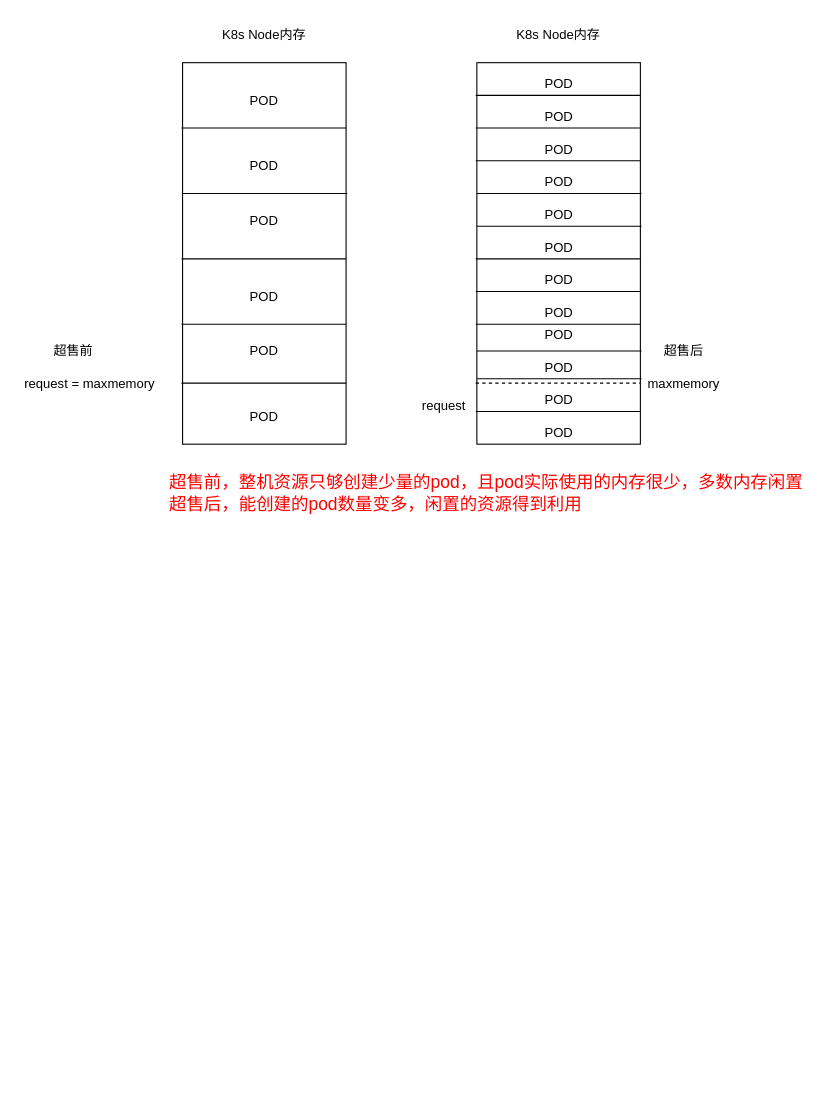
The draw.io diagram diagrams/Untitled Diagram.drawio in fengyinqiao/cloudimg, before the edit. Source tidied: cells renumbered, new cells numbered last; positions are measured from the earlier drawing's top-left corner, leaving out a move shared by most shapes. Both pictures are drawn from the tidied source at 109%, with x=0, y=0 at pixel (19, 19).
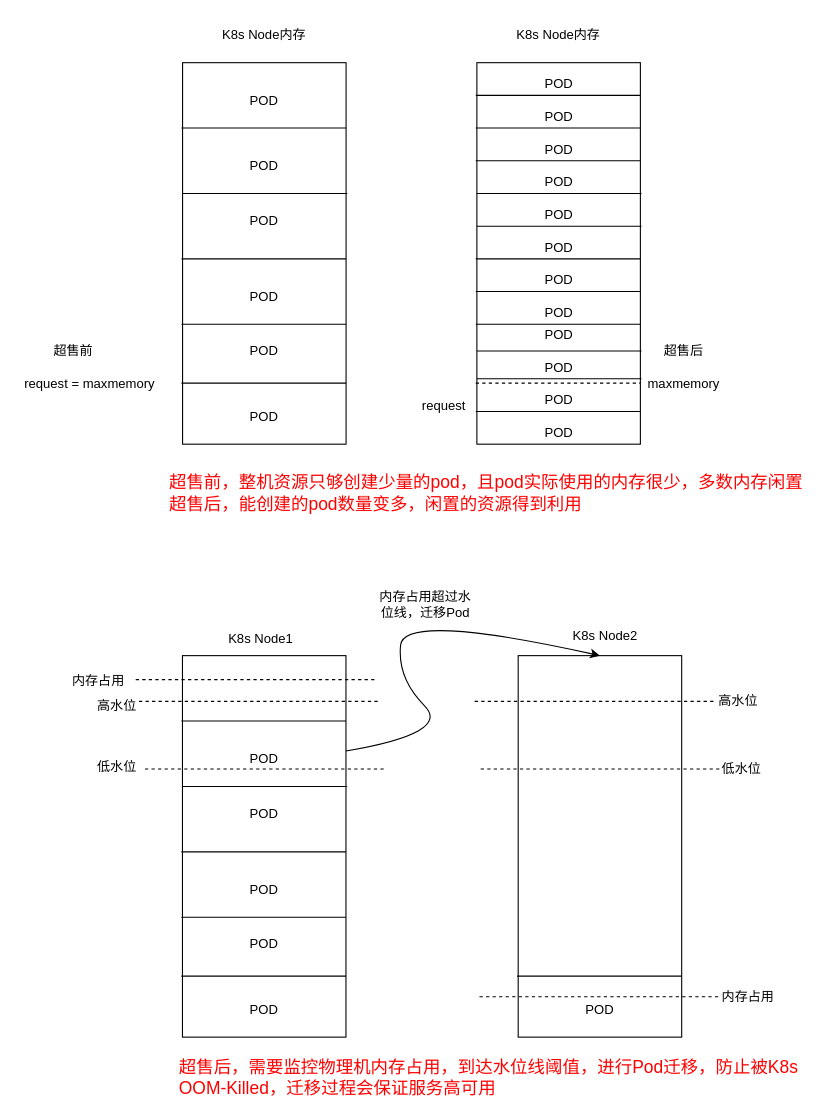
The same diagram, later.

The edit, as a diff of the source:
```diff
@@
+    <mxCell id="47" style="rounded=0;whiteSpace=wrap;html=1;" parent="1" vertex="1">
+      <mxGeometry x="149.9" y="584" width="150" height="350" as="geometry" />
+    </mxCell>
+    <mxCell id="48" style="endArrow=none;html=1;rounded=0;exitX=-0.007;exitY=0.84;exitDx=0;exitDy=0;exitPerimeter=0;" parent="1" edge="1" source="47">
+      <mxGeometry relative="1" as="geometry">
+        <mxPoint x="299.9" y="878" as="targetPoint" />
+      </mxGeometry>
+    </mxCell>
+    <mxCell id="49" style="endArrow=none;html=1;rounded=0;exitX=-0.007;exitY=0.84;exitDx=0;exitDy=0;exitPerimeter=0;" parent="1" edge="1">
+      <mxGeometry relative="1" as="geometry">
+        <mxPoint x="148.9" y="824" as="sourcePoint" />
+        <mxPoint x="299.9" y="824" as="targetPoint" />
+      </mxGeometry>
+    </mxCell>
+    <mxCell id="50" style="endArrow=none;html=1;rounded=0;exitX=-0.007;exitY=0.84;exitDx=0;exitDy=0;exitPerimeter=0;" parent="1" edge="1">
+      <mxGeometry relative="1" as="geometry">
+        <mxPoint x="148.9" y="764" as="sourcePoint" />
+        <mxPoint x="299.9" y="764" as="targetPoint" />
+      </mxGeometry>
+    </mxCell>
+    <mxCell id="51" style="endArrow=none;html=1;rounded=0;exitX=-0.007;exitY=0.84;exitDx=0;exitDy=0;exitPerimeter=0;" parent="1" edge="1">
+      <mxGeometry relative="1" as="geometry">
+        <mxPoint x="149.9" y="704" as="sourcePoint" />
+        <mxPoint x="301" y="704" as="targetPoint" />
+      </mxGeometry>
+    </mxCell>
+    <mxCell id="52" style="endArrow=none;html=1;rounded=0;exitX=-0.007;exitY=0.84;exitDx=0;exitDy=0;exitPerimeter=0;" parent="1" edge="1">
+      <mxGeometry relative="1" as="geometry">
+        <mxPoint x="148.9" y="644" as="sourcePoint" />
+        <mxPoint x="299.9" y="644" as="targetPoint" />
+      </mxGeometry>
+    </mxCell>
+    <mxCell id="53" value="POD" style="text;html=1;strokeColor=none;fillColor=none;align=center;verticalAlign=middle;whiteSpace=wrap;rounded=0;" parent="1" vertex="1">
+      <mxGeometry x="194.9" y="894" width="60" height="30" as="geometry" />
+    </mxCell>
+    <mxCell id="54" value="POD" style="text;html=1;strokeColor=none;fillColor=none;align=center;verticalAlign=middle;whiteSpace=wrap;rounded=0;" parent="1" vertex="1">
+      <mxGeometry x="194.9" y="834" width="60" height="30" as="geometry" />
+    </mxCell>
+    <mxCell id="55" value="POD" style="text;html=1;strokeColor=none;fillColor=none;align=center;verticalAlign=middle;whiteSpace=wrap;rounded=0;" parent="1" vertex="1">
+      <mxGeometry x="194.9" y="784" width="60" height="30" as="geometry" />
+    </mxCell>
+    <mxCell id="56" value="POD" style="text;html=1;strokeColor=none;fillColor=none;align=center;verticalAlign=middle;whiteSpace=wrap;rounded=0;" parent="1" vertex="1">
+      <mxGeometry x="194.9" y="714" width="60" height="30" as="geometry" />
+    </mxCell>
+    <mxCell id="57" value="POD" style="text;html=1;strokeColor=none;fillColor=none;align=center;verticalAlign=middle;whiteSpace=wrap;rounded=0;" parent="1" vertex="1">
+      <mxGeometry x="194.9" y="664" width="60" height="30" as="geometry" />
+    </mxCell>
+    <mxCell id="58" style="endArrow=none;dashed=1;html=1;rounded=0;" parent="1" edge="1">
+      <mxGeometry relative="1" as="geometry">
+        <mxPoint x="110" y="626" as="sourcePoint" />
+        <mxPoint x="331" y="626" as="targetPoint" />
+      </mxGeometry>
+    </mxCell>
+    <mxCell id="59" style="endArrow=none;dashed=1;html=1;rounded=0;" parent="1" edge="1">
+      <mxGeometry relative="1" as="geometry">
+        <mxPoint x="115.5" y="688" as="sourcePoint" />
+        <mxPoint x="336.5" y="688" as="targetPoint" />
+      </mxGeometry>
+    </mxCell>
+    <mxCell id="60" style="rounded=0;whiteSpace=wrap;html=1;" parent="1" vertex="1">
+      <mxGeometry x="457.9" y="584" width="150" height="350" as="geometry" />
+    </mxCell>
+    <mxCell id="61" style="endArrow=none;html=1;rounded=0;exitX=-0.007;exitY=0.84;exitDx=0;exitDy=0;exitPerimeter=0;" parent="1" edge="1" source="60">
+      <mxGeometry relative="1" as="geometry">
+        <mxPoint x="608" y="878" as="targetPoint" />
+      </mxGeometry>
+    </mxCell>
+    <mxCell id="62" value="POD" style="text;html=1;strokeColor=none;fillColor=none;align=center;verticalAlign=middle;whiteSpace=wrap;rounded=0;" parent="1" vertex="1">
+      <mxGeometry x="503" y="894" width="60" height="30" as="geometry" />
+    </mxCell>
+    <mxCell id="63" style="endArrow=none;dashed=1;html=1;rounded=0;" parent="1" edge="1">
+      <mxGeometry relative="1" as="geometry">
+        <mxPoint x="418" y="626" as="sourcePoint" />
+        <mxPoint x="639" y="626" as="targetPoint" />
+      </mxGeometry>
+    </mxCell>
+    <mxCell id="64" style="endArrow=none;dashed=1;html=1;rounded=0;" parent="1" edge="1">
+      <mxGeometry relative="1" as="geometry">
+        <mxPoint x="423.5" y="688" as="sourcePoint" />
+        <mxPoint x="644.5" y="688" as="targetPoint" />
+      </mxGeometry>
+    </mxCell>
+    <mxCell id="65" value="内存占用超过水位线，迁移Pod" style="text;html=1;strokeColor=none;fillColor=none;align=center;verticalAlign=middle;whiteSpace=wrap;rounded=0;" parent="1" vertex="1">
+      <mxGeometry x="329" y="515" width="88" height="44" as="geometry" />
+    </mxCell>
+    <mxCell id="66" value="高水位" style="text;html=1;strokeColor=none;fillColor=none;align=center;verticalAlign=middle;whiteSpace=wrap;rounded=0;" parent="1" vertex="1">
+      <mxGeometry x="60" y="615" width="60" height="30" as="geometry" />
+    </mxCell>
+    <mxCell id="67" value="低水位" style="text;html=1;strokeColor=none;fillColor=none;align=center;verticalAlign=middle;whiteSpace=wrap;rounded=0;" parent="1" vertex="1">
+      <mxGeometry x="60" y="671" width="60" height="30" as="geometry" />
+    </mxCell>
+    <mxCell id="68" style="endArrow=none;dashed=1;html=1;rounded=0;" parent="1" edge="1">
+      <mxGeometry relative="1" as="geometry">
+        <mxPoint x="107" y="606" as="sourcePoint" />
+        <mxPoint x="328" y="606" as="targetPoint" />
+      </mxGeometry>
+    </mxCell>
+    <mxCell id="69" value="内存占用" style="text;html=1;strokeColor=none;fillColor=none;align=center;verticalAlign=middle;whiteSpace=wrap;rounded=0;" parent="1" vertex="1">
+      <mxGeometry x="43" y="592" width="60" height="30" as="geometry" />
+    </mxCell>
+    <mxCell id="70" value="高水位" style="text;html=1;strokeColor=none;fillColor=none;align=center;verticalAlign=middle;whiteSpace=wrap;rounded=0;" parent="1" vertex="1">
+      <mxGeometry x="630" y="611" width="60" height="30" as="geometry" />
+    </mxCell>
+    <mxCell id="71" value="低水位" style="text;html=1;strokeColor=none;fillColor=none;align=center;verticalAlign=middle;whiteSpace=wrap;rounded=0;" parent="1" vertex="1">
+      <mxGeometry x="633" y="673" width="60" height="30" as="geometry" />
+    </mxCell>
+    <mxCell id="72" style="endArrow=none;dashed=1;html=1;rounded=0;" parent="1" edge="1">
+      <mxGeometry relative="1" as="geometry">
+        <mxPoint x="422.4" y="897" as="sourcePoint" />
+        <mxPoint x="643.5" y="897" as="targetPoint" />
+      </mxGeometry>
+    </mxCell>
+    <mxCell id="73" value="内存占用" style="text;html=1;strokeColor=none;fillColor=none;align=center;verticalAlign=middle;whiteSpace=wrap;rounded=0;" parent="1" vertex="1">
+      <mxGeometry x="639" y="882" width="60" height="30" as="geometry" />
+    </mxCell>
+    <mxCell id="74" style="curved=1;endArrow=classic;html=1;rounded=0;exitX=1;exitY=0.25;exitDx=0;exitDy=0;entryX=0.5;entryY=0;entryDx=0;entryDy=0;" parent="1" edge="1" source="47" target="60">
+      <mxGeometry relative="1" as="geometry">
+        <Array as="points">
+          <mxPoint x="397" y="655" />
+          <mxPoint x="347" y="605" />
+          <mxPoint x="353" y="544" />
+        </Array>
+      </mxGeometry>
+    </mxCell>
+    <mxCell id="75" value="&lt;font color=&quot;#ff0000&quot; style=&quot;font-size: 16px&quot;&gt;超售后，需要监控物理机内存占用，到达水位线阈值，进行Pod迁移，防止被K8s OOM-Killed，迁移过程会保证服务高可用&lt;/font&gt;" style="text;html=1;strokeColor=none;fillColor=none;align=left;verticalAlign=middle;whiteSpace=wrap;rounded=0;" parent="1" vertex="1">
+      <mxGeometry x="145" y="956" width="588" height="30" as="geometry" />
+    </mxCell>
+    <mxCell id="76" value="K8s Node1" style="text;html=1;strokeColor=none;fillColor=none;align=center;verticalAlign=middle;whiteSpace=wrap;rounded=0;" parent="1" vertex="1">
+      <mxGeometry x="177" y="554" width="90" height="30" as="geometry" />
+    </mxCell>
+    <mxCell id="77" value="K8s Node2" style="text;html=1;strokeColor=none;fillColor=none;align=center;verticalAlign=middle;whiteSpace=wrap;rounded=0;" parent="1" vertex="1">
+      <mxGeometry x="493" y="551" width="90" height="30" as="geometry" />
+    </mxCell>
```
